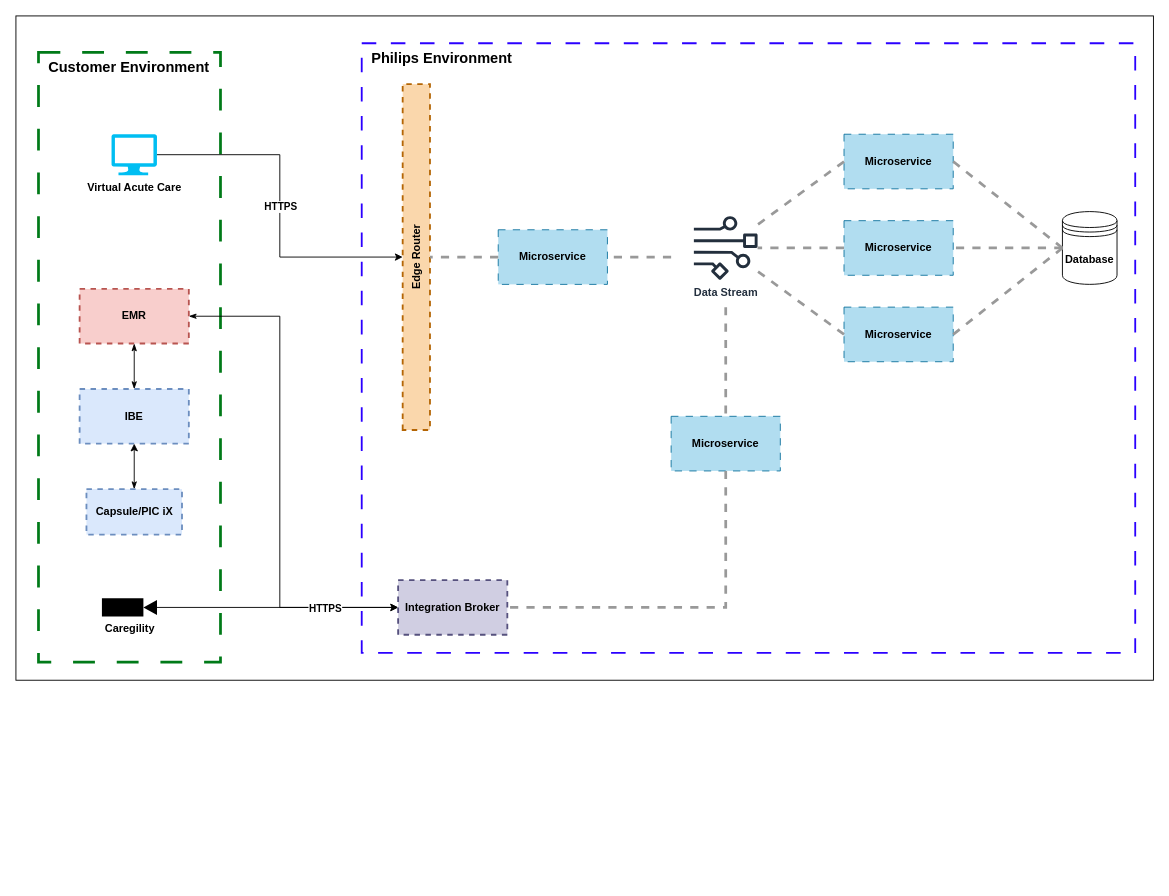
This is VAC 1.0 - Comercial Architecture view.drawio from ez-philips/draw_io_diagrams, a draw.io file, before an edit. Source tidied: cells renumbered, new cells numbered last; positions are measured from the earlier drawing's top-left corner, leaving out a move shared by most shapes. Both pictures are drawn from the tidied source at 91%, with x=0, y=0 at pixel (15, 15).
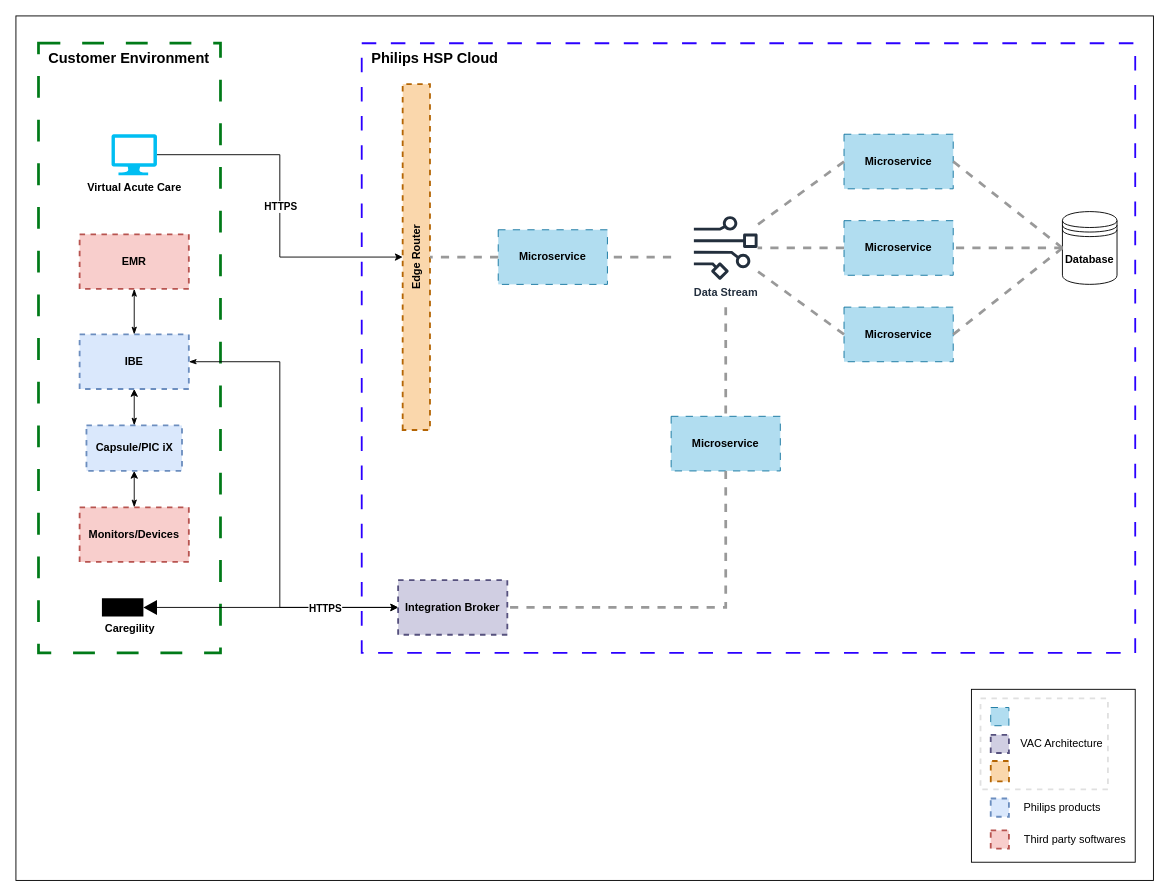
The same page after the edit.

The change refers to these unchanged cells:
```xml
<mxCell id="18" value="Integration Broker" style="rounded=0;whiteSpace=wrap;html=1;fillColor=#d0cee2;strokeColor=#56517e;dashed=1;strokeWidth=2;fontStyle=1;" parent="1" vertex="1">
  <mxGeometry x="420" y="620" width="120" height="60" as="geometry" />
</mxCell>
```

The edit, as a diff of the source:
```diff
@@
     <mxCell id="2" style="rounded=0;whiteSpace=wrap;html=1;" parent="1" vertex="1">
-      <mxGeometry width="1250" height="730" as="geometry" />
+      <mxGeometry width="1250" height="950" as="geometry" />
     </mxCell>
+    <mxCell id="36" style="rounded=0;whiteSpace=wrap;html=1;" parent="1" vertex="1">
+      <mxGeometry x="1050" y="740" width="180" height="190" as="geometry" />
+    </mxCell>
+    <mxCell id="37" value="VAC Architecture&amp;nbsp;" style="rounded=0;whiteSpace=wrap;html=1;strokeColor=#e0e0e0;dashed=1;strokeWidth=2;align=right;" parent="1" vertex="1">
+      <mxGeometry x="1060" y="750" width="140" height="100" as="geometry" />
+    </mxCell>
-    <mxCell id="3" value="&amp;nbsp; Philips Environment" style="rounded=0;whiteSpace=wrap;html=1;fillColor=none;dashed=1;dashPattern=8 8;strokeWidth=2;strokeColor=#2b00ff;align=left;verticalAlign=top;fontStyle=1;fontSize=16;" parent="1" vertex="1">
+    <mxCell id="3" value="&amp;nbsp; Philips HSP Cloud" style="rounded=0;whiteSpace=wrap;html=1;fillColor=none;dashed=1;dashPattern=8 8;strokeWidth=2;strokeColor=#2b00ff;align=left;verticalAlign=top;fontStyle=1;fontSize=16;" parent="1" vertex="1">
       <mxGeometry x="380" y="30" width="850" height="670" as="geometry" />
     </mxCell>
     <mxCell id="4" value="&amp;nbsp; Customer Environment" style="rounded=0;whiteSpace=wrap;html=1;fillColor=none;dashed=1;dashPattern=8 8;strokeWidth=3;strokeColor=#007a18;align=left;verticalAlign=top;fontStyle=1;fontSize=16;" parent="1" vertex="1">
-      <mxGeometry x="24.8" y="40" width="200" height="670" as="geometry" />
+      <mxGeometry x="24.8" y="30" width="200" height="670" as="geometry" />
     </mxCell>
@@
-    <mxCell id="24" style="edgeStyle=orthogonalEdgeStyle;rounded=0;jettySize=auto;html=1;entryX=0;entryY=0.5;entryDx=0;entryDy=0;startArrow=classicThin;startFill=1;" parent="1" edge="1" source="25" target="18">
+    <mxCell id="24" style="edgeStyle=orthogonalEdgeStyle;rounded=0;jettySize=auto;html=1;entryX=0;entryY=0.5;entryDx=0;entryDy=0;startArrow=classicThin;startFill=1;exitX=1;exitY=0.5;exitDx=0;exitDy=0;" parent="1" edge="1" source="26" target="18">
       <mxGeometry relative="1" as="geometry">
         <Array as="points">
-          <mxPoint x="290" y="330" />
+          <mxPoint x="290" y="380" />
           <mxPoint x="290" y="650" />
         </Array>
       </mxGeometry>
     </mxCell>
     <mxCell id="25" value="EMR" style="rounded=0;whiteSpace=wrap;html=1;fillColor=#f8cecc;strokeColor=#b85450;dashed=1;strokeWidth=2;fontStyle=1;" parent="1" vertex="1">
-      <mxGeometry x="70" y="300" width="120" height="60" as="geometry" />
+      <mxGeometry x="70" y="240" width="120" height="60" as="geometry" />
     </mxCell>
     <mxCell id="26" value="IBE" style="rounded=0;whiteSpace=wrap;html=1;fillColor=#dae8fc;strokeColor=#6c8ebf;dashed=1;strokeWidth=2;fontStyle=1;" parent="1" vertex="1">
-      <mxGeometry x="70" y="410" width="120" height="60" as="geometry" />
+      <mxGeometry x="70" y="350" width="120" height="60" as="geometry" />
     </mxCell>
@@
     <mxCell id="28" value="Capsule/PIC iX" style="rounded=0;whiteSpace=wrap;html=1;fillColor=#dae8fc;strokeColor=#6c8ebf;dashed=1;strokeWidth=2;fontStyle=1;" parent="1" vertex="1">
-      <mxGeometry x="77.5" y="520" width="105" height="50" as="geometry" />
+      <mxGeometry x="77.5" y="450" width="105" height="50" as="geometry" />
     </mxCell>
@@
+    <mxCell id="38" style="edgeStyle=orthogonalEdgeStyle;rounded=0;jettySize=auto;html=1;entryX=0.5;entryY=1;entryDx=0;entryDy=0;startArrow=classicThin;startFill=1;" parent="1" edge="1" source="39" target="28">
+      <mxGeometry relative="1" as="geometry" />
+    </mxCell>
+    <mxCell id="39" value="Monitors/Devices" style="rounded=0;whiteSpace=wrap;html=1;fillColor=#f8cecc;strokeColor=#b85450;dashed=1;strokeWidth=2;fontStyle=1;" parent="1" vertex="1">
+      <mxGeometry x="70" y="540" width="120" height="60" as="geometry" />
+    </mxCell>
+    <mxCell id="40" style="rounded=0;whiteSpace=wrap;html=1;fillColor=#b1ddf0;strokeColor=#10739e;dashed=1;dashPattern=8 8;" parent="1" vertex="1">
+      <mxGeometry x="1071.2" y="760" width="20" height="20" as="geometry" />
+    </mxCell>
+    <mxCell id="41" style="rounded=0;whiteSpace=wrap;html=1;fillColor=#d0cee2;strokeColor=#56517e;dashed=1;strokeWidth=2;fontStyle=1;" parent="1" vertex="1">
+      <mxGeometry x="1071.2" y="790" width="20" height="20" as="geometry" />
+    </mxCell>
+    <mxCell id="42" style="rounded=0;whiteSpace=wrap;html=1;fillColor=#fad7ac;strokeColor=#b46504;dashed=1;strokeWidth=2;rotation=-90;" parent="1" vertex="1">
+      <mxGeometry x="1070" y="820" width="22.5" height="20" as="geometry" />
+    </mxCell>
+    <mxCell id="43" style="group;" parent="1" vertex="1">
+      <mxGeometry x="1071.2" y="855" width="128.8" height="30" as="geometry" />
+    </mxCell>
+    <mxCell id="44" style="rounded=0;whiteSpace=wrap;html=1;fillColor=#dae8fc;strokeColor=#6c8ebf;dashed=1;strokeWidth=2;fontStyle=1;" parent="43" vertex="1">
+      <mxGeometry y="5" width="20" height="20" as="geometry" />
+    </mxCell>
+    <mxCell id="45" value="Philips products" style="text;html=1;align=center;verticalAlign=middle;whiteSpace=wrap;rounded=0;" parent="43" vertex="1">
+      <mxGeometry x="28.8" width="100" height="30" as="geometry" />
+    </mxCell>
+    <mxCell id="46" style="rounded=0;whiteSpace=wrap;html=1;fillColor=#f8cecc;strokeColor=#b85450;dashed=1;strokeWidth=2;fontStyle=1;" parent="1" vertex="1">
+      <mxGeometry x="1071.2" y="895" width="20" height="20" as="geometry" />
+    </mxCell>
+    <mxCell id="47" value="Third party softwares" style="text;html=1;align=center;verticalAlign=middle;whiteSpace=wrap;rounded=0;rotation=0;" parent="1" vertex="1">
+      <mxGeometry x="1099" y="890" width="130" height="30" as="geometry" />
+    </mxCell>
```
